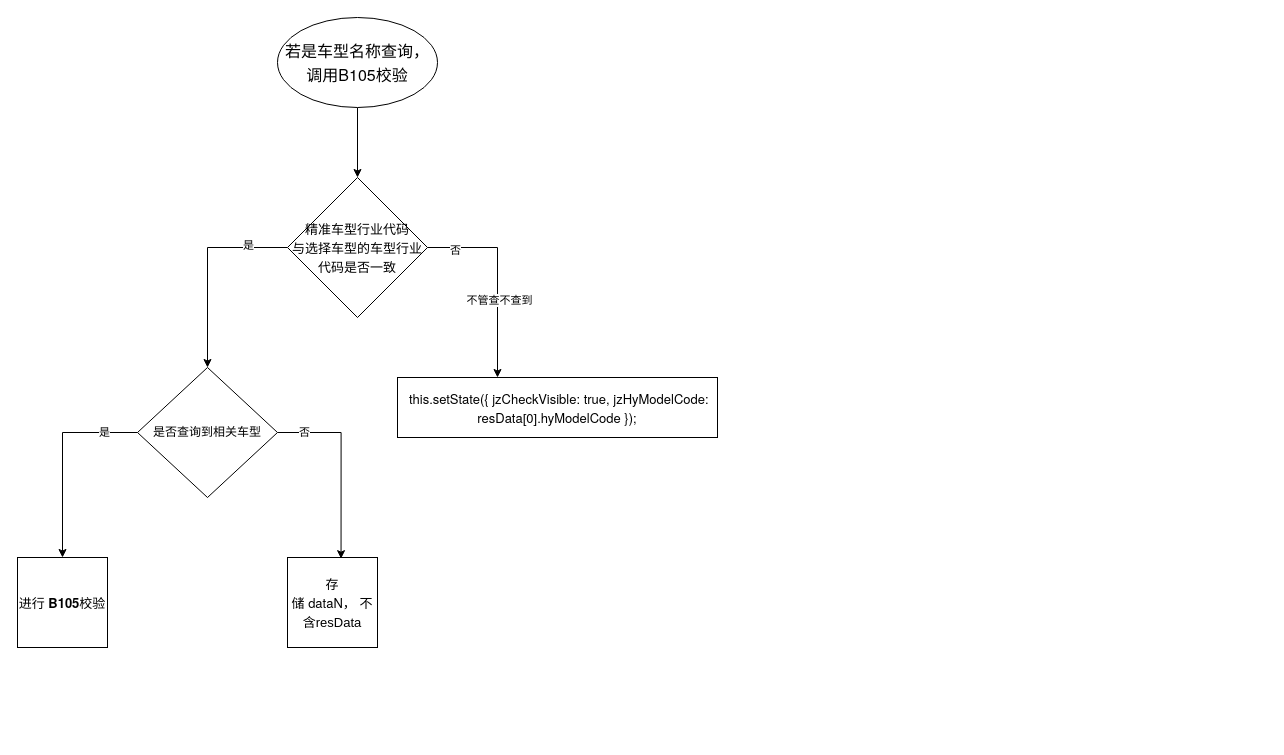
The draw.io diagram vhcInsVehicle.drawio in 18257340943/draws, before the edit. Source tidied: cells renumbered, new cells numbered last; positions are measured from the earlier drawing's top-left corner, leaving out a move shared by most shapes. Both pictures are drawn from the tidied source at 100%, with x=0, y=0 at pixel (17, 17).
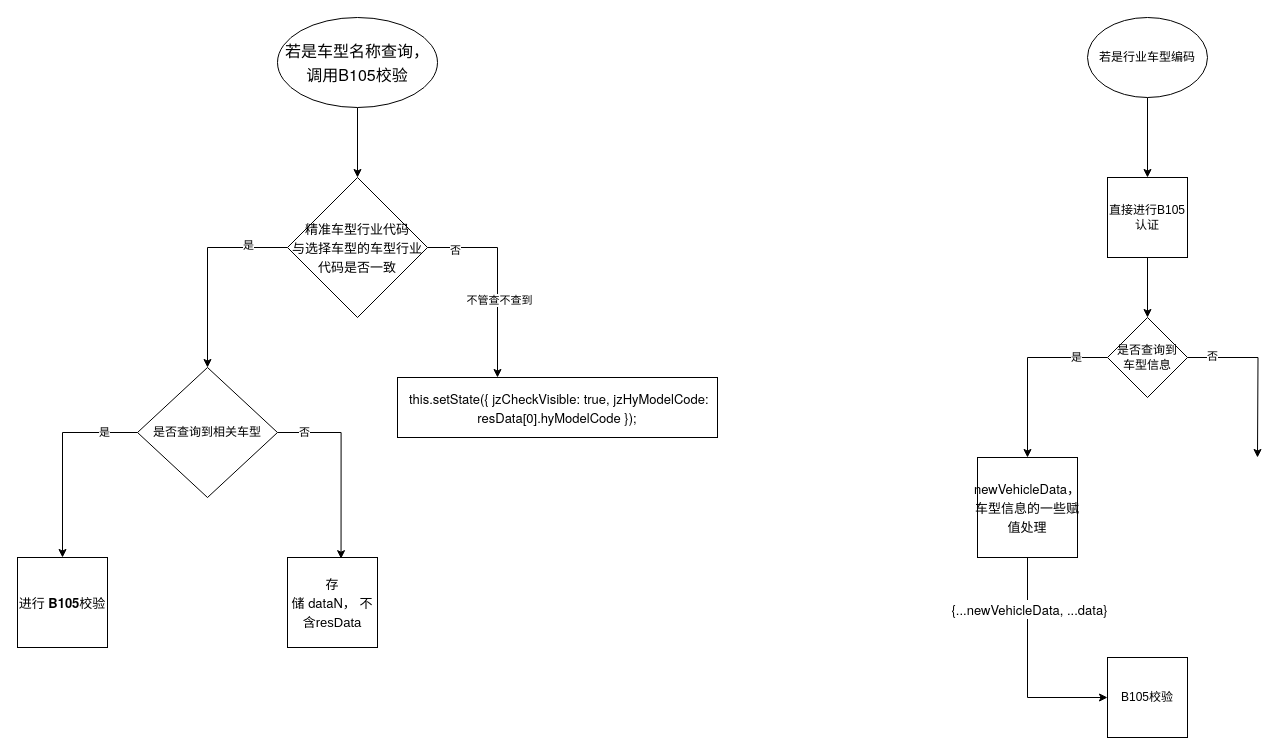
Above is the later version.

Commit message:
行业车型编码

What changed in the source:
```diff
@@
+    <mxCell id="18" style="edgeStyle=orthogonalEdgeStyle;rounded=0;jettySize=auto;html=1;" parent="1" edge="1" source="19" target="21">
+      <mxGeometry relative="1" as="geometry" />
+    </mxCell>
+    <mxCell id="19" value="若是行业车型编码" style="ellipse;whiteSpace=wrap;html=1;" parent="1" vertex="1">
+      <mxGeometry x="1070" width="120" height="80" as="geometry" />
+    </mxCell>
+    <mxCell id="20" style="edgeStyle=orthogonalEdgeStyle;rounded=0;jettySize=auto;html=1;" parent="1" edge="1" source="21" target="26">
+      <mxGeometry relative="1" as="geometry" />
+    </mxCell>
+    <mxCell id="21" value="直接进行B105认证" style="whiteSpace=wrap;html=1;" parent="1" vertex="1">
+      <mxGeometry x="1090" y="160" width="80" height="80" as="geometry" />
+    </mxCell>
+    <mxCell id="22" style="edgeStyle=orthogonalEdgeStyle;rounded=0;jettySize=auto;html=1;entryX=0.5;entryY=0;entryDx=0;entryDy=0;" parent="1" edge="1" source="26" target="29">
+      <mxGeometry relative="1" as="geometry">
+        <Array as="points">
+          <mxPoint x="1010" y="340" />
+        </Array>
+      </mxGeometry>
+    </mxCell>
+    <mxCell id="23" value="是" style="edgeLabel;html=1;align=center;verticalAlign=middle;" parent="22" vertex="1">
+      <mxGeometry x="-0.64" y="-1" relative="1" as="geometry" />
+    </mxCell>
+    <mxCell id="24" style="edgeStyle=orthogonalEdgeStyle;rounded=0;jettySize=auto;html=1;entryX=0.5;entryY=0;entryDx=0;entryDy=0;" parent="1" edge="1" source="26">
+      <mxGeometry relative="1" as="geometry">
+        <mxPoint x="1240" y="440" as="targetPoint" />
+      </mxGeometry>
+    </mxCell>
+    <mxCell id="25" value="否" style="edgeLabel;html=1;align=center;verticalAlign=middle;" parent="24" vertex="1">
+      <mxGeometry x="-0.72" y="2" relative="1" as="geometry" />
+    </mxCell>
+    <mxCell id="26" value="是否查询到&lt;br&gt;车型信息" style="rhombus;whiteSpace=wrap;html=1;" parent="1" vertex="1">
+      <mxGeometry x="1090" y="300" width="80" height="80" as="geometry" />
+    </mxCell>
+    <mxCell id="27" style="edgeStyle=orthogonalEdgeStyle;rounded=0;jettySize=auto;html=1;entryX=0;entryY=0.5;entryDx=0;entryDy=0;exitX=0.5;exitY=1;exitDx=0;exitDy=0;" parent="1" edge="1" source="29" target="30">
+      <mxGeometry relative="1" as="geometry" />
+    </mxCell>
+    <mxCell id="28" value="&lt;p class=&quot;p1&quot; style=&quot;margin: 0px ; font-stretch: normal ; font-size: 13px ; line-height: normal ; font-family: &amp;#34;helvetica neue&amp;#34;&quot;&gt;{...newVehicleData, ...data}&lt;/p&gt;" style="edgeLabel;html=1;align=center;verticalAlign=middle;" parent="27" vertex="1">
+      <mxGeometry x="-0.54" y="1" relative="1" as="geometry" />
+    </mxCell>
+    <mxCell id="29" value="&lt;p class=&quot;p1&quot; style=&quot;margin: 0px ; font-stretch: normal ; font-size: 13px ; line-height: normal ; font-family: &amp;#34;helvetica neue&amp;#34;&quot;&gt;newVehicleData，&lt;/p&gt;&lt;p class=&quot;p1&quot; style=&quot;margin: 0px ; font-stretch: normal ; font-size: 13px ; line-height: normal ; font-family: &amp;#34;helvetica neue&amp;#34;&quot;&gt;车型信息的一些赋值处理&lt;/p&gt;" style="whiteSpace=wrap;html=1;" parent="1" vertex="1">
+      <mxGeometry x="960" y="440" width="100" height="100" as="geometry" />
+    </mxCell>
+    <mxCell id="30" value="B105校验" style="whiteSpace=wrap;html=1;" parent="1" vertex="1">
+      <mxGeometry x="1090" y="640" width="80" height="80" as="geometry" />
+    </mxCell>
```
